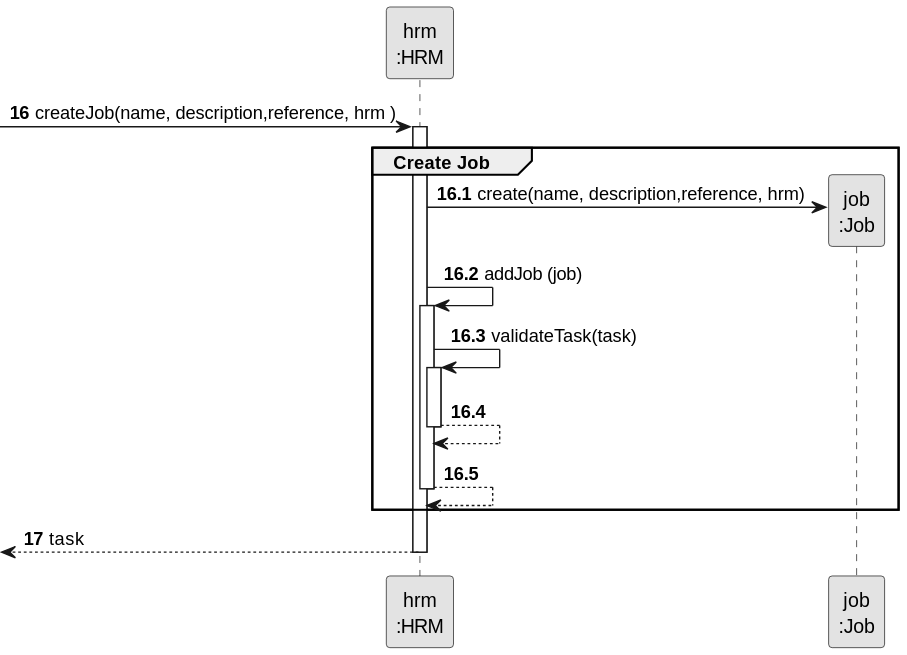
Earlier version of the PlantUML export docs/sprintA&B/us002/03.design/svg/us002-sequence-diagram-partial-create-job.svg (daniel41silva05/ISEP_2023_2024_LAPR2). The source it was exported from:
```plantuml
@startuml
skinparam monochrome true
skinparam packageStyle rectangle
skinparam shadowing false

participant "hrm\n:HRM" as HRM
participant "job\n:Job" as JOB

autonumber 16
-> HRM: createJob(name, description,reference, hrm )

autonumber 16.1
activate HRM
    group Create Job

        HRM -> JOB**: create(name, description,reference, hrm)
        HRM -> HRM: addJob (job)

        activate HRM
            HRM -> HRM: validateTask(task)
            activate HRM
                HRM --> HRM
            deactivate HRM

            HRM --> HRM
        deactivate HRM
    end

    autonumber 17
    <-- HRM : task
deactivate HRM
@enduml
```
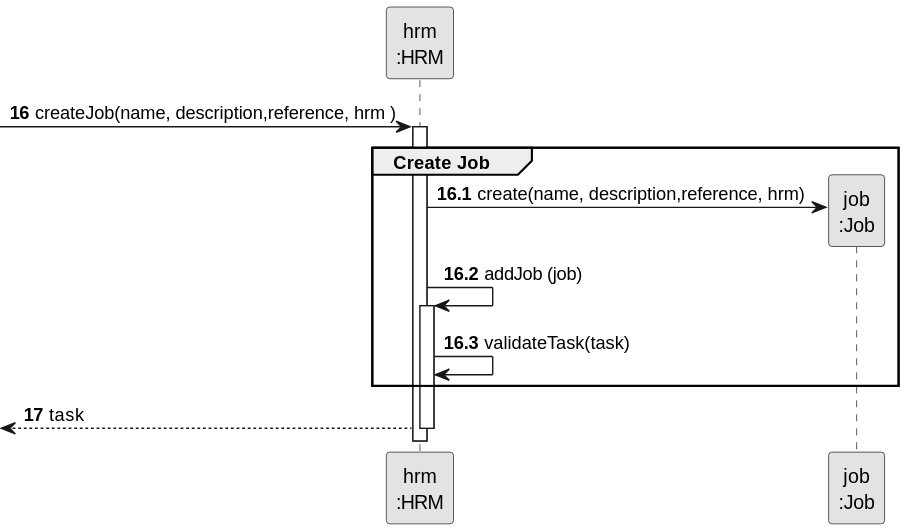
Later version of the same file.

Diff of the diagram source:
```diff
@@ -18,12 +18,7 @@
 
         activate HRM
             HRM -> HRM: validateTask(task)
-            activate HRM
-                HRM --> HRM
-            deactivate HRM
 
-            HRM --> HRM
-        deactivate HRM
     end
 
     autonumber 17
```
